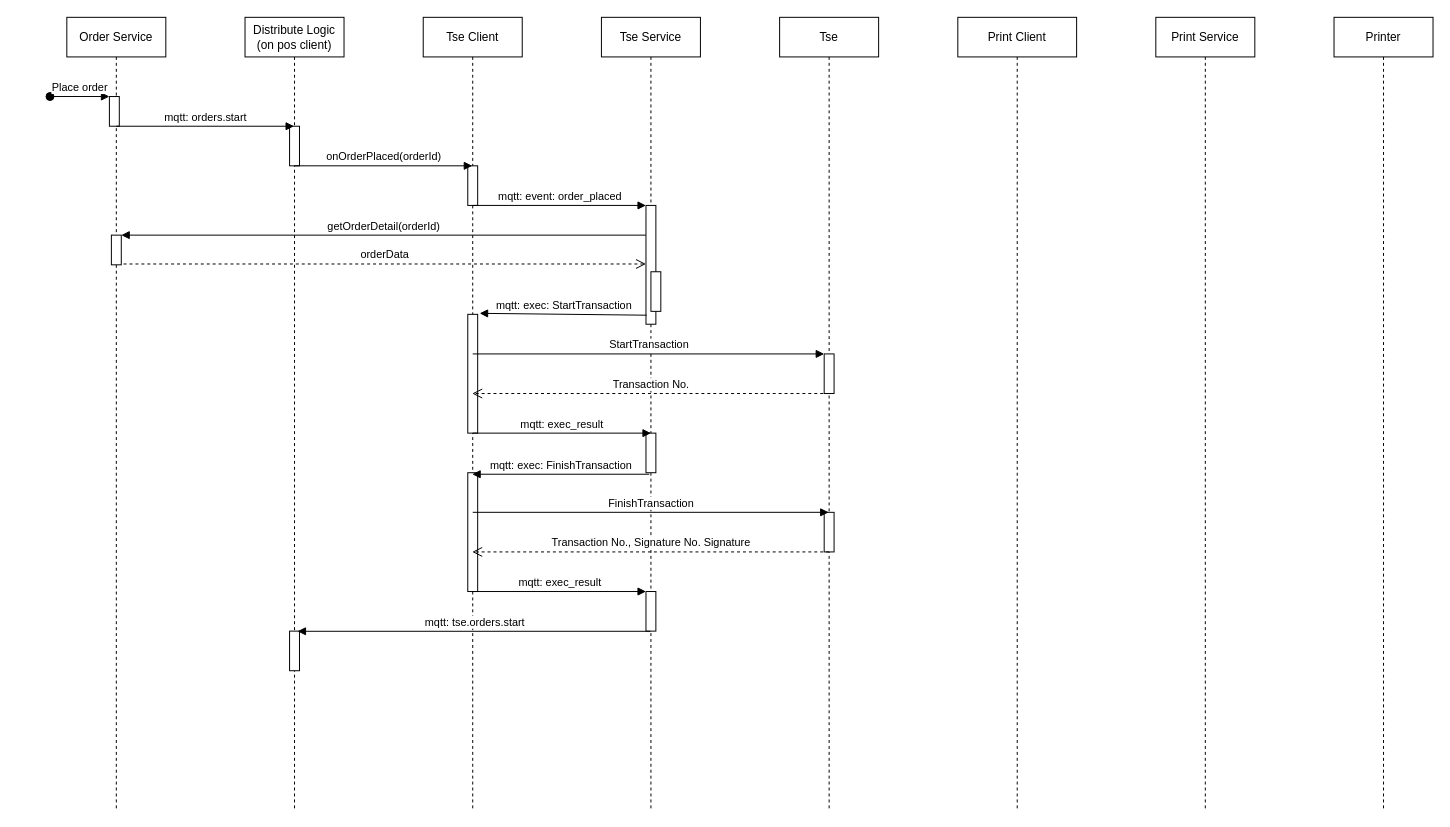
Before: tse.drawio in princescar/draw.io, a draw.io diagram. Source tidied: cells renumbered, new cells numbered last; positions are measured from the earlier drawing's top-left corner, leaving out a move shared by most shapes. Both pictures are drawn from the tidied source at 99%, with x=0, y=0 at pixel (50, 17).
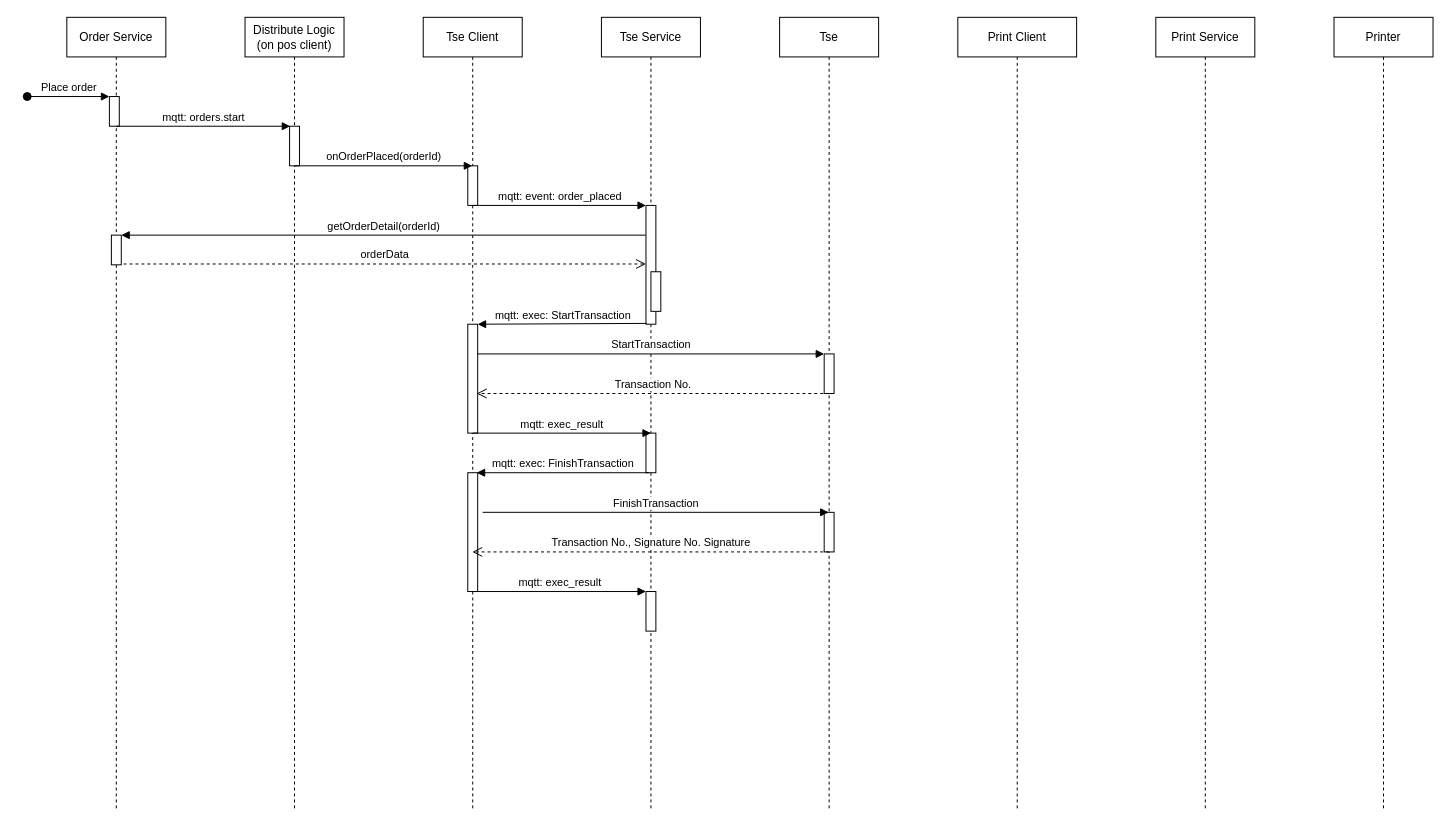
Above is the later version.

Unchanged cells that the change refers to:
```xml
<mxCell id="2" value="Order Service" style="shape=umlLifeline;perimeter=lifelinePerimeter;whiteSpace=wrap;html=1;" parent="1" vertex="1">
  <mxGeometry x="17" width="100" height="800" as="geometry" />
</mxCell>
<mxCell id="3" style="html=1;points=[];perimeter=orthogonalPerimeter;" parent="2" vertex="1">
  <mxGeometry x="43" y="80" width="10" height="30" as="geometry" />
</mxCell>
<mxCell id="6" value="Tse Service" style="shape=umlLifeline;perimeter=lifelinePerimeter;whiteSpace=wrap;html=1;outlineConnect=0;" parent="1" vertex="1">
  <mxGeometry x="557" width="100" height="800" as="geometry" />
</mxCell>
<mxCell id="7" style="html=1;points=[];perimeter=orthogonalPerimeter;" parent="6" vertex="1">
  <mxGeometry x="45" y="190" width="10" height="120" as="geometry" />
</mxCell>
<mxCell id="8" style="html=1;points=[];perimeter=orthogonalPerimeter;" parent="6" vertex="1">
  <mxGeometry x="45" y="420" width="10" height="40" as="geometry" />
</mxCell>
<mxCell id="12" value="Tse Client" style="shape=umlLifeline;perimeter=lifelinePerimeter;whiteSpace=wrap;html=1;outlineConnect=0;" parent="1" vertex="1">
  <mxGeometry x="377" width="100" height="800" as="geometry" />
</mxCell>
<mxCell id="15" style="html=1;points=[];perimeter=orthogonalPerimeter;" parent="12" vertex="1">
  <mxGeometry x="45" y="460" width="10" height="120" as="geometry" />
</mxCell>
<mxCell id="17" value="Distribute&amp;nbsp;Logic&lt;br&gt;(on pos client)" style="shape=umlLifeline;perimeter=lifelinePerimeter;whiteSpace=wrap;html=1;outlineConnect=0;" parent="1" vertex="1">
  <mxGeometry x="197" width="100" height="800" as="geometry" />
</mxCell>
<mxCell id="18" style="html=1;points=[];perimeter=orthogonalPerimeter;" parent="17" vertex="1">
  <mxGeometry x="45" y="110" width="10" height="40" as="geometry" />
</mxCell>
<mxCell id="21" value="Tse" style="shape=umlLifeline;perimeter=lifelinePerimeter;whiteSpace=wrap;html=1;outlineConnect=0;" parent="1" vertex="1">
  <mxGeometry x="737" width="100" height="800" as="geometry" />
</mxCell>
<mxCell id="22" style="html=1;points=[];perimeter=orthogonalPerimeter;" parent="21" vertex="1">
  <mxGeometry x="45" y="340" width="10" height="40" as="geometry" />
</mxCell>
```

What changed in the source:
```diff
@@
     <mxCell id="4" value="Place order" style="html=1;verticalAlign=bottom;startArrow=oval;endArrow=block;startSize=8;" parent="2" edge="1" target="3">
       <mxGeometry relative="1" as="geometry">
-        <mxPoint x="-17" y="80" as="sourcePoint" />
+        <mxPoint x="-40" y="80" as="sourcePoint" />
       </mxGeometry>
     </mxCell>
@@
     <mxCell id="14" style="html=1;points=[];perimeter=orthogonalPerimeter;" parent="12" vertex="1">
-      <mxGeometry x="45" y="300" width="10" height="120" as="geometry" />
+      <mxGeometry x="45" y="310" width="10" height="110" as="geometry" />
     </mxCell>
@@
-    <mxCell id="19" style="html=1;points=[];perimeter=orthogonalPerimeter;" parent="17" vertex="1">
-      <mxGeometry x="45" y="620" width="10" height="40" as="geometry" />
-    </mxCell>
@@
-    <mxCell id="24" value="mqtt: orders.start" style="html=1;verticalAlign=bottom;endArrow=block;" parent="1" edge="1" target="17">
+    <mxCell id="24" value="mqtt: orders.start" style="html=1;verticalAlign=bottom;endArrow=block;entryX=0.067;entryY=0;entryDx=0;entryDy=0;entryPerimeter=0;" parent="1" edge="1" target="18">
       <mxGeometry relative="1" as="geometry">
         <mxPoint x="67" y="110" as="sourcePoint" />
       </mxGeometry>
     </mxCell>
@@
-    <mxCell id="29" value="mqtt: exec: StartTransaction" style="html=1;verticalAlign=bottom;endArrow=block;exitX=0.067;exitY=0.924;exitDx=0;exitDy=0;exitPerimeter=0;" parent="1" edge="1" source="7">
-      <mxGeometry relative="1" as="geometry">
-        <mxPoint x="434" y="299" as="targetPoint" />
-        <Array as="points">
-          <mxPoint x="434" y="299" />
-        </Array>
-      </mxGeometry>
+    <mxCell id="29" value="mqtt: exec: StartTransaction" style="html=1;verticalAlign=bottom;endArrow=block;exitX=0.067;exitY=0.993;exitDx=0;exitDy=0;exitPerimeter=0;" parent="1" edge="1" source="7" target="14">
+      <mxGeometry relative="1" as="geometry" />
     </mxCell>
     <mxCell id="30" value="StartTransaction" style="html=1;verticalAlign=bottom;endArrow=block;" parent="1" edge="1" target="22">
       <mxGeometry relative="1" as="geometry">
-        <mxPoint x="427" y="340" as="sourcePoint" />
+        <mxPoint x="432" y="340" as="sourcePoint" />
       </mxGeometry>
     </mxCell>
-    <mxCell id="31" value="Transaction No." style="html=1;verticalAlign=bottom;endArrow=open;dashed=1;endSize=8;" parent="1" edge="1" target="12">
+    <mxCell id="31" value="Transaction No." style="html=1;verticalAlign=bottom;endArrow=open;dashed=1;endSize=8;entryX=0.9;entryY=0.636;entryDx=0;entryDy=0;entryPerimeter=0;" parent="1" edge="1" target="14">
       <mxGeometry relative="1" as="geometry">
         <mxPoint x="787" y="380" as="sourcePoint" />
       </mxGeometry>
     </mxCell>
@@
-    <mxCell id="33" value="mqtt: exec: FinishTransaction" style="html=1;verticalAlign=bottom;endArrow=block;exitX=0.335;exitY=1.038;exitDx=0;exitDy=0;exitPerimeter=0;" parent="1" edge="1" source="8" target="12">
-      <mxGeometry relative="1" as="geometry" />
+    <mxCell id="33" value="mqtt: exec: FinishTransaction" style="html=1;verticalAlign=bottom;endArrow=block;entryX=0.9;entryY=0;entryDx=0;entryDy=0;entryPerimeter=0;" parent="1" edge="1" target="15">
+      <mxGeometry relative="1" as="geometry">
+        <mxPoint x="605" y="460" as="sourcePoint" />
+      </mxGeometry>
     </mxCell>
     <mxCell id="34" value="FinishTransaction" style="html=1;verticalAlign=bottom;endArrow=block;" parent="1" edge="1" target="21">
       <mxGeometry relative="1" as="geometry">
-        <mxPoint x="427" y="500" as="sourcePoint" />
+        <mxPoint x="437" y="500" as="sourcePoint" />
       </mxGeometry>
     </mxCell>
@@
-    <mxCell id="37" value="mqtt: tse.orders.start" style="html=1;verticalAlign=bottom;endArrow=block;entryX=0.806;entryY=0.004;entryDx=0;entryDy=0;entryPerimeter=0;" parent="1" edge="1" source="6" target="19">
-      <mxGeometry relative="1" as="geometry" />
-    </mxCell>
```
